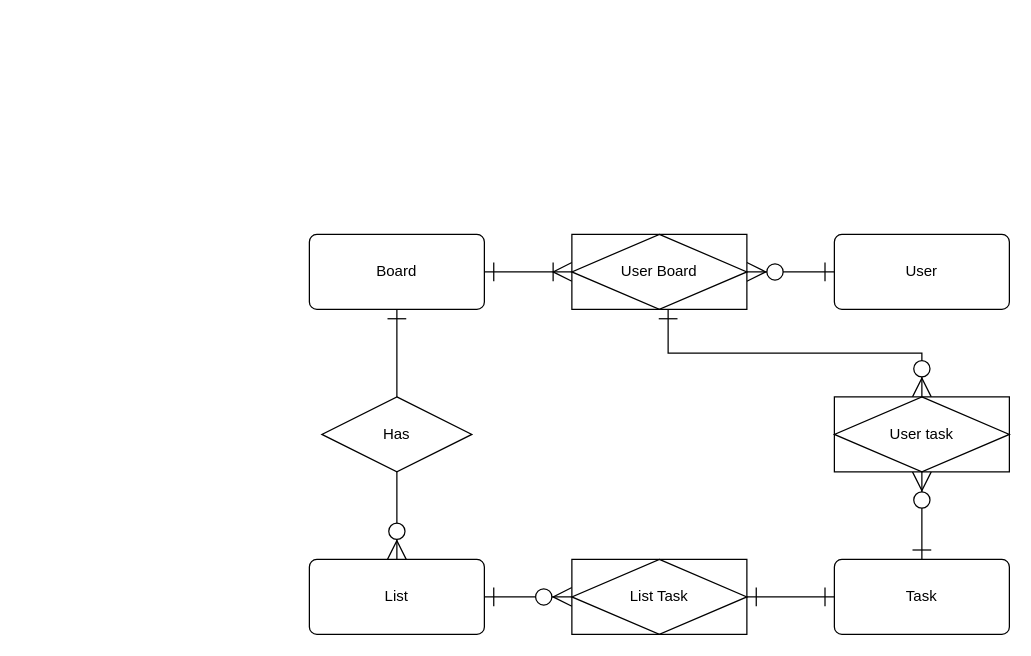
fernandovmp/kanban-board keeps this draw.io diagram as docs/entity relationship diagram.drawio. Above is the earlier version. Source tidied: cells renumbered, new cells numbered last; positions are measured from the earlier drawing's top-left corner, leaving out a move shared by most shapes. Both pictures are drawn from the tidied source at 125%, with x=0, y=0 at pixel (309, 234).
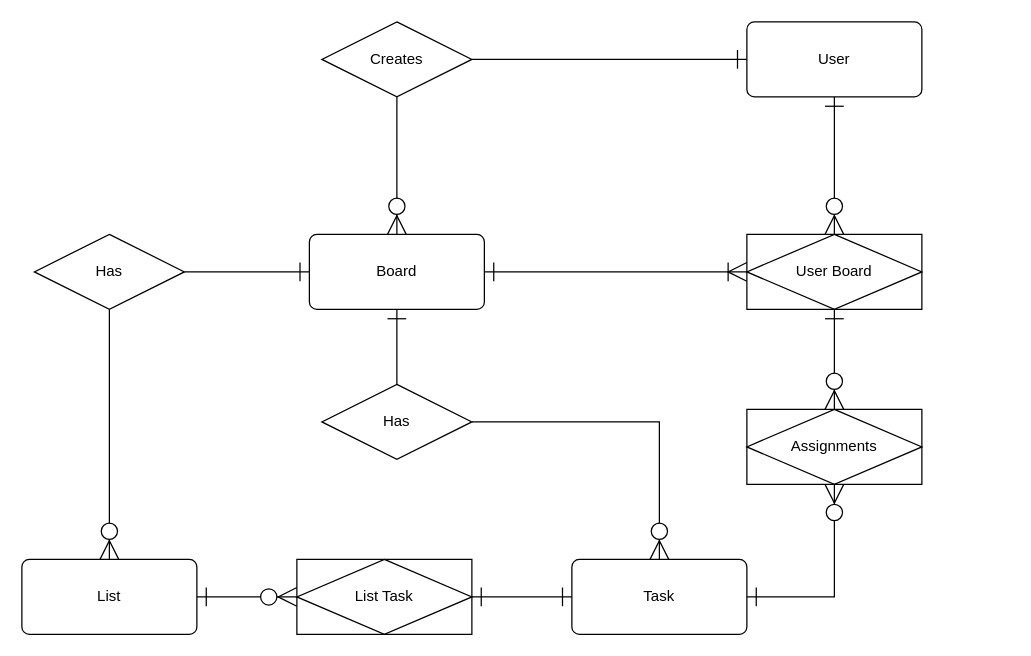
The same diagram, later.

Commit message:
docs: update the entity relationship diagram

Unchanged cells that the change refers to:
```xml
<mxCell id="4" value="Board" style="rounded=1;arcSize=10;whiteSpace=wrap;html=1;align=center;" parent="1" vertex="1">
  <mxGeometry width="140" height="60" as="geometry" />
</mxCell>
```

The edit, as a diff of the source:
```diff
@@
-    <mxCell id="3" style="edgeStyle=orthogonalEdgeStyle;rounded=0;jettySize=auto;html=1;startArrow=ERone;startFill=0;startSize=13;sourcePerimeterSpacing=0;endArrow=none;endFill=0;endSize=13;" parent="1" edge="1" source="4" target="13">
+    <mxCell id="3" style="edgeStyle=orthogonalEdgeStyle;rounded=0;jettySize=auto;html=1;startArrow=ERone;startFill=0;startSize=13;sourcePerimeterSpacing=0;endArrow=none;endFill=0;endSize=13;exitX=0;exitY=0.5;exitDx=0;exitDy=0;" parent="1" edge="1" source="4" target="13">
       <mxGeometry relative="1" as="geometry" />
     </mxCell>
+    <mxCell id="18" style="edgeStyle=orthogonalEdgeStyle;rounded=0;jettySize=auto;html=1;entryX=0.5;entryY=0;entryDx=0;entryDy=0;startArrow=ERone;startFill=0;startSize=13;endArrow=none;endFill=0;endSize=13;" parent="1" edge="1" source="4" target="21">
+      <mxGeometry relative="1" as="geometry" />
+    </mxCell>
@@
     <mxCell id="6" value="List" style="rounded=1;arcSize=10;whiteSpace=wrap;html=1;align=center;" parent="1" vertex="1">
-      <mxGeometry y="260" width="140" height="60" as="geometry" />
+      <mxGeometry x="-230" y="260" width="140" height="60" as="geometry" />
     </mxCell>
     <mxCell id="7" value="Task" style="rounded=1;arcSize=10;whiteSpace=wrap;html=1;align=center;" parent="1" vertex="1">
-      <mxGeometry x="420" y="260" width="140" height="60" as="geometry" />
+      <mxGeometry x="210" y="260" width="140" height="60" as="geometry" />
     </mxCell>
-    <mxCell id="8" style="edgeStyle=orthogonalEdgeStyle;rounded=0;jettySize=auto;html=1;entryX=1;entryY=0.5;entryDx=0;entryDy=0;endArrow=ERzeroToMany;endFill=1;endSize=13;startArrow=ERone;startFill=0;startSize=13;" parent="1" edge="1" source="10" target="11">
+    <mxCell id="8" style="edgeStyle=orthogonalEdgeStyle;rounded=0;jettySize=auto;html=1;entryX=0.5;entryY=0;entryDx=0;entryDy=0;endArrow=ERzeroToMany;endFill=1;endSize=13;startArrow=ERone;startFill=0;startSize=13;" parent="1" edge="1" source="10" target="11">
       <mxGeometry relative="1" as="geometry" />
     </mxCell>
-    <mxCell id="9" style="edgeStyle=orthogonalEdgeStyle;rounded=0;jettySize=auto;html=1;startArrow=ERone;startFill=0;startSize=13;sourcePerimeterSpacing=0;endArrow=ERzeroToMany;endFill=1;endSize=13;exitX=0.55;exitY=1;exitDx=0;exitDy=0;exitPerimeter=0;" parent="1" edge="1" source="11" target="15">
+    <mxCell id="9" style="edgeStyle=orthogonalEdgeStyle;rounded=0;jettySize=auto;html=1;startArrow=ERone;startFill=0;startSize=13;sourcePerimeterSpacing=0;endArrow=ERzeroToMany;endFill=1;endSize=13;exitX=0.5;exitY=1;exitDx=0;exitDy=0;" parent="1" edge="1" source="11" target="15">
       <mxGeometry relative="1" as="geometry" />
     </mxCell>
+    <mxCell id="19" style="edgeStyle=orthogonalEdgeStyle;rounded=0;jettySize=auto;html=1;startArrow=ERone;startFill=0;startSize=13;endArrow=none;endFill=0;endSize=13;" parent="1" edge="1" source="10" target="23">
+      <mxGeometry relative="1" as="geometry" />
+    </mxCell>
     <mxCell id="10" value="User" style="rounded=1;arcSize=10;whiteSpace=wrap;html=1;align=center;" parent="1" vertex="1">
-      <mxGeometry x="420" width="140" height="60" as="geometry" />
+      <mxGeometry x="350" y="-170" width="140" height="60" as="geometry" />
     </mxCell>
     <mxCell id="11" value="User Board" style="shape=associativeEntity;whiteSpace=wrap;html=1;align=center;" parent="1" vertex="1">
-      <mxGeometry x="210" width="140" height="60" as="geometry" />
+      <mxGeometry x="350" width="140" height="60" as="geometry" />
     </mxCell>
@@
     <mxCell id="13" value="Has" style="shape=rhombus;perimeter=rhombusPerimeter;whiteSpace=wrap;html=1;align=center;" parent="1" vertex="1">
-      <mxGeometry x="10" y="130" width="120" height="60" as="geometry" />
+      <mxGeometry x="-220" width="120" height="60" as="geometry" />
     </mxCell>
-    <mxCell id="14" style="edgeStyle=orthogonalEdgeStyle;rounded=0;jettySize=auto;html=1;startArrow=ERzeroToMany;startFill=1;startSize=13;sourcePerimeterSpacing=0;endArrow=ERone;endFill=0;endSize=13;" parent="1" edge="1" source="15" target="7">
+    <mxCell id="14" style="edgeStyle=orthogonalEdgeStyle;rounded=0;jettySize=auto;html=1;startArrow=ERzeroToMany;startFill=1;startSize=13;sourcePerimeterSpacing=0;endArrow=ERone;endFill=0;endSize=13;entryX=1;entryY=0.5;entryDx=0;entryDy=0;" parent="1" edge="1" source="15" target="7">
       <mxGeometry relative="1" as="geometry" />
     </mxCell>
-    <mxCell id="15" value="User task" style="shape=associativeEntity;whiteSpace=wrap;html=1;align=center;" parent="1" vertex="1">
-      <mxGeometry x="420" y="130" width="140" height="60" as="geometry" />
+    <mxCell id="15" value="Assignments" style="shape=associativeEntity;whiteSpace=wrap;html=1;align=center;" parent="1" vertex="1">
+      <mxGeometry x="350" y="140" width="140" height="60" as="geometry" />
     </mxCell>
@@
     <mxCell id="17" value="List Task" style="shape=associativeEntity;whiteSpace=wrap;html=1;align=center;" parent="1" vertex="1">
-      <mxGeometry x="210" y="260" width="140" height="60" as="geometry" />
+      <mxGeometry x="-10" y="260" width="140" height="60" as="geometry" />
     </mxCell>
+    <mxCell id="20" style="edgeStyle=orthogonalEdgeStyle;rounded=0;jettySize=auto;html=1;startArrow=none;startFill=0;startSize=13;endArrow=ERzeroToMany;endFill=1;endSize=13;" parent="1" edge="1" source="21" target="7">
+      <mxGeometry relative="1" as="geometry" />
+    </mxCell>
+    <mxCell id="21" value="Has" style="shape=rhombus;perimeter=rhombusPerimeter;whiteSpace=wrap;html=1;align=center;" parent="1" vertex="1">
+      <mxGeometry x="10" y="120" width="120" height="60" as="geometry" />
+    </mxCell>
+    <mxCell id="22" style="edgeStyle=orthogonalEdgeStyle;rounded=0;jettySize=auto;html=1;entryX=0.5;entryY=0;entryDx=0;entryDy=0;startArrow=none;startFill=0;startSize=13;endArrow=ERzeroToMany;endFill=1;endSize=13;" parent="1" edge="1" source="23" target="4">
+      <mxGeometry relative="1" as="geometry" />
+    </mxCell>
+    <mxCell id="23" value="Creates" style="shape=rhombus;perimeter=rhombusPerimeter;whiteSpace=wrap;html=1;align=center;" parent="1" vertex="1">
+      <mxGeometry x="10" y="-170" width="120" height="60" as="geometry" />
+    </mxCell>
```
